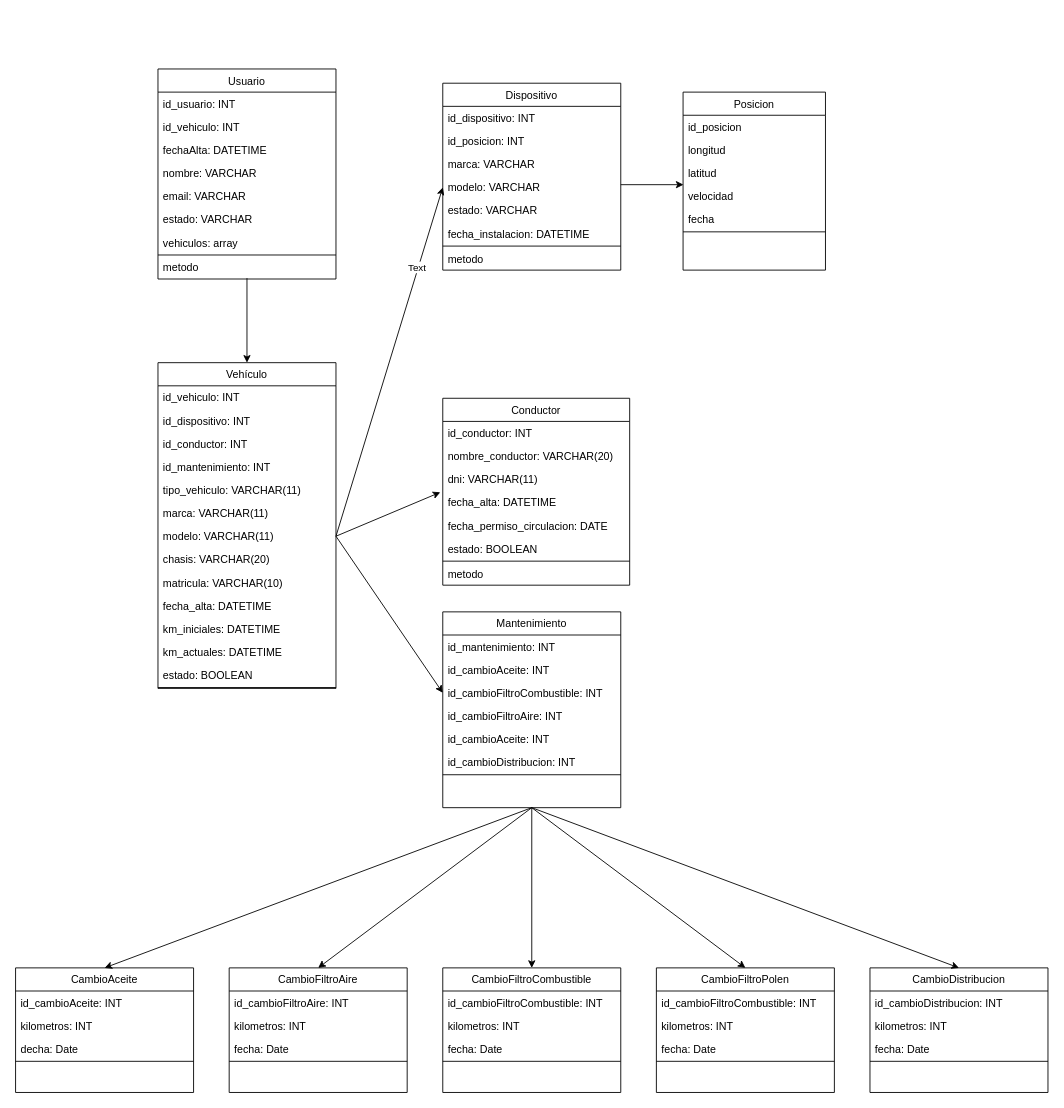
PABLOKUMAR1993/PRoLocation_back keeps this draw.io diagram as src/diagramaDeClases.drawio. Above is the earlier version. Source tidied: cells renumbered, new cells numbered last; positions are measured from the earlier drawing's top-left corner, leaving out a move shared by most shapes. Both pictures are drawn from the tidied source at 89%, with x=0, y=0 at pixel (15, 69).
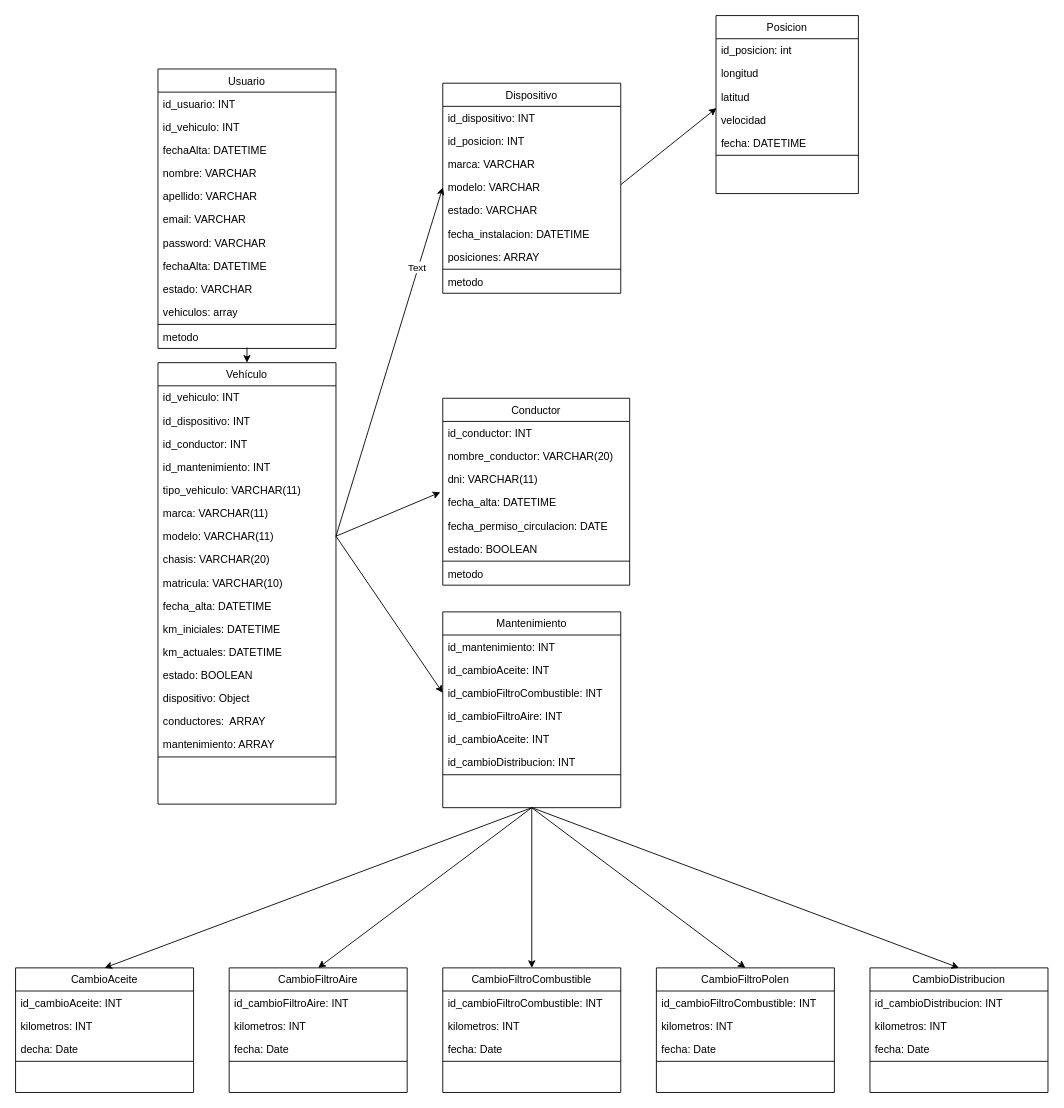
Above is the later version.

Commit message (it also covers changes not shown here):
Actualizo diagrama y verifico los datos en collections de todas las colecciones para crear las plantillas en blanco

Diff of the diagram source:
```diff
@@
     <mxCell id="2" value="Dispositivo" style="swimlane;fontStyle=0;align=center;verticalAlign=top;horizontal=1;startSize=26;rounded=0;shadow=0;strokeWidth=1;" parent="1" vertex="1">
-      <mxGeometry x="480" y="16" width="200" height="210" as="geometry" />
+      <mxGeometry x="480" y="16" width="200" height="236" as="geometry" />
     </mxCell>
@@
+    <mxCell id="96" value="posiciones: ARRAY" style="text;align=left;verticalAlign=top;spacingLeft=4;spacingRight=4;overflow=hidden;" parent="2" vertex="1">
+      <mxGeometry y="182" width="200" height="26" as="geometry" />
+    </mxCell>
     <mxCell id="9" style="line;html=1;strokeWidth=1;align=left;verticalAlign=middle;spacingTop=-1;spacingLeft=3;spacingRight=3;labelPosition=right;" parent="2" vertex="1">
-      <mxGeometry y="182" width="200" height="2" as="geometry" />
+      <mxGeometry y="208" width="200" height="2" as="geometry" />
     </mxCell>
     <mxCell id="10" value="metodo" style="text;align=left;verticalAlign=top;spacingLeft=4;spacingRight=4;overflow=hidden;" parent="2" vertex="1">
-      <mxGeometry y="184" width="200" height="26" as="geometry" />
+      <mxGeometry y="210" width="200" height="26" as="geometry" />
     </mxCell>
     <mxCell id="11" value="Vehículo" style="swimlane;fontStyle=0;align=center;verticalAlign=top;horizontal=1;startSize=26;rounded=0;shadow=0;strokeWidth=1;" parent="1" vertex="1">
-      <mxGeometry x="160" y="330" width="200" height="366" as="geometry" />
+      <mxGeometry x="160" y="330" width="200" height="496" as="geometry" />
     </mxCell>
@@
+    <mxCell id="97" value="dispositivo: Object" style="text;align=left;verticalAlign=top;spacingLeft=4;spacingRight=4;overflow=hidden;" parent="11" vertex="1">
+      <mxGeometry y="364" width="200" height="26" as="geometry" />
+    </mxCell>
+    <mxCell id="98" value="conductores:  ARRAY" style="text;align=left;verticalAlign=top;spacingLeft=4;spacingRight=4;overflow=hidden;" parent="11" vertex="1">
+      <mxGeometry y="390" width="200" height="26" as="geometry" />
+    </mxCell>
+    <mxCell id="99" value="mantenimiento: ARRAY" style="text;align=left;verticalAlign=top;spacingLeft=4;spacingRight=4;overflow=hidden;" parent="11" vertex="1">
+      <mxGeometry y="416" width="200" height="26" as="geometry" />
+    </mxCell>
     <mxCell id="25" style="line;html=1;strokeWidth=1;align=left;verticalAlign=middle;spacingTop=-1;spacingLeft=3;spacingRight=3;labelPosition=right;" parent="11" vertex="1">
-      <mxGeometry y="364" width="200" height="2" as="geometry" />
+      <mxGeometry y="442" width="200" height="2" as="geometry" />
     </mxCell>
@@
     <mxCell id="68" value="Posicion" style="swimlane;fontStyle=0;align=center;verticalAlign=top;horizontal=1;startSize=26;rounded=0;shadow=0;strokeWidth=1;" parent="1" vertex="1">
-      <mxGeometry x="750" y="26" width="160" height="200" as="geometry" />
+      <mxGeometry x="787" y="-60" width="160" height="200" as="geometry" />
     </mxCell>
-    <mxCell id="69" value="id_posicion&#10;" style="text;align=left;verticalAlign=top;spacingLeft=4;spacingRight=4;overflow=hidden;" parent="68" vertex="1">
+    <mxCell id="69" value="id_posicion: int&#10;" style="text;align=left;verticalAlign=top;spacingLeft=4;spacingRight=4;overflow=hidden;" parent="68" vertex="1">
       <mxGeometry y="26" width="160" height="26" as="geometry" />
     </mxCell>
@@
-    <mxCell id="73" value="fecha" style="text;align=left;verticalAlign=top;spacingLeft=4;spacingRight=4;overflow=hidden;" parent="68" vertex="1">
+    <mxCell id="73" value="fecha: DATETIME" style="text;align=left;verticalAlign=top;spacingLeft=4;spacingRight=4;overflow=hidden;" parent="68" vertex="1">
       <mxGeometry y="130" width="160" height="26" as="geometry" />
     </mxCell>
@@
     <mxCell id="85" value="Usuario" style="swimlane;fontStyle=0;align=center;verticalAlign=top;horizontal=1;startSize=26;rounded=0;shadow=0;strokeWidth=1;" parent="1" vertex="1">
-      <mxGeometry x="160" width="200" height="236" as="geometry" />
+      <mxGeometry x="160" width="200" height="314" as="geometry" />
     </mxCell>
@@
+    <mxCell id="100" value="nombre: VARCHAR" style="text;align=left;verticalAlign=top;spacingLeft=4;spacingRight=4;overflow=hidden;" parent="85" vertex="1">
+      <mxGeometry y="104" width="200" height="26" as="geometry" />
+    </mxCell>
-    <mxCell id="89" value="nombre: VARCHAR" style="text;align=left;verticalAlign=top;spacingLeft=4;spacingRight=4;overflow=hidden;" parent="85" vertex="1">
-      <mxGeometry y="104" width="200" height="26" as="geometry" />
+    <mxCell id="89" value="apellido: VARCHAR" style="text;align=left;verticalAlign=top;spacingLeft=4;spacingRight=4;overflow=hidden;" parent="85" vertex="1">
+      <mxGeometry y="130" width="200" height="26" as="geometry" />
     </mxCell>
+    <mxCell id="101" value="email: VARCHAR" style="text;align=left;verticalAlign=top;spacingLeft=4;spacingRight=4;overflow=hidden;" parent="85" vertex="1">
+      <mxGeometry y="156" width="200" height="26" as="geometry" />
+    </mxCell>
+    <mxCell id="102" value="password: VARCHAR" style="text;align=left;verticalAlign=top;spacingLeft=4;spacingRight=4;overflow=hidden;" parent="85" vertex="1">
+      <mxGeometry y="182" width="200" height="26" as="geometry" />
+    </mxCell>
-    <mxCell id="90" value="email: VARCHAR" style="text;align=left;verticalAlign=top;spacingLeft=4;spacingRight=4;overflow=hidden;" parent="85" vertex="1">
-      <mxGeometry y="130" width="200" height="26" as="geometry" />
+    <mxCell id="90" value="fechaAlta: DATETIME" style="text;align=left;verticalAlign=top;spacingLeft=4;spacingRight=4;overflow=hidden;" parent="85" vertex="1">
+      <mxGeometry y="208" width="200" height="26" as="geometry" />
     </mxCell>
     <mxCell id="91" value="estado: VARCHAR" style="text;align=left;verticalAlign=top;spacingLeft=4;spacingRight=4;overflow=hidden;" parent="85" vertex="1">
-      <mxGeometry y="156" width="200" height="26" as="geometry" />
+      <mxGeometry y="234" width="200" height="26" as="geometry" />
     </mxCell>
     <mxCell id="92" value="vehiculos: array" style="text;align=left;verticalAlign=top;spacingLeft=4;spacingRight=4;overflow=hidden;" parent="85" vertex="1">
-      <mxGeometry y="182" width="200" height="26" as="geometry" />
+      <mxGeometry y="260" width="200" height="26" as="geometry" />
     </mxCell>
     <mxCell id="93" style="line;html=1;strokeWidth=1;align=left;verticalAlign=middle;spacingTop=-1;spacingLeft=3;spacingRight=3;labelPosition=right;" parent="85" vertex="1">
-      <mxGeometry y="208" width="200" height="2" as="geometry" />
+      <mxGeometry y="286" width="200" height="2" as="geometry" />
     </mxCell>
     <mxCell id="94" value="metodo" style="text;align=left;verticalAlign=top;spacingLeft=4;spacingRight=4;overflow=hidden;points=[[0,0.5],[1,0.5]];portConstraint=eastwest;" parent="85" vertex="1">
-      <mxGeometry y="210" width="200" height="26" as="geometry" />
+      <mxGeometry y="288" width="200" height="26" as="geometry" />
     </mxCell>
```
